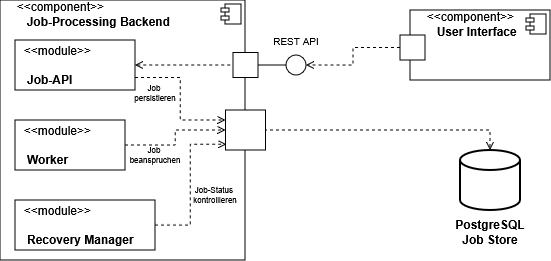
Earlier version of the draw.io export Paper/images/componentDiagram.png (murfei/FaultTolerantJobProcessing). Source tidied: cells renumbered, new cells last; positions are measured from the earlier drawing's top-left corner, leaving out a move shared by most shapes.
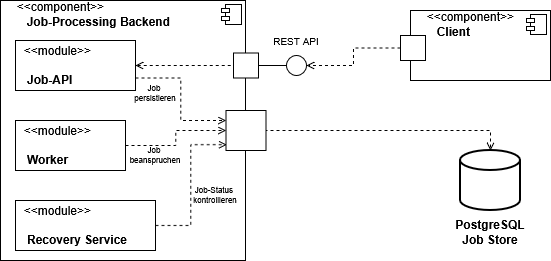
After the commit.

What changed in the source:
```diff
@@ -2,7 +2,7 @@
   <root>
     <mxCell id="0" />
     <mxCell id="1" parent="0" />
-    <mxCell id="2" value="&lt;div&gt;&amp;nbsp; &amp;nbsp; &amp;nbsp;&amp;lt;&amp;lt;component&amp;gt;&amp;gt;&lt;/div&gt;&lt;div&gt;&lt;span style=&quot;white-space: pre;&quot;&gt;&#9;&lt;b&gt;User Interface&lt;/b&gt;&lt;/span&gt;&lt;/div&gt;" style="align=left;overflow=fill;html=1;whiteSpace=wrap;" parent="1" vertex="1">
+    <mxCell id="2" value="&lt;div&gt;&amp;nbsp; &amp;nbsp; &amp;nbsp;&amp;lt;&amp;lt;component&amp;gt;&amp;gt;&lt;/div&gt;&lt;div&gt;&lt;span style=&quot;white-space: pre;&quot;&gt;&#9;&lt;b&gt;Client&lt;/b&gt;&lt;/span&gt;&lt;/div&gt;" style="align=left;overflow=fill;html=1;whiteSpace=wrap;" parent="1" vertex="1">
       <mxGeometry x="410" y="10" width="140" height="70" as="geometry" />
     </mxCell>
     <mxCell id="3" style="shape=component;jettyWidth=8;jettyHeight=4;" parent="2" vertex="1">
@@ -65,7 +65,7 @@
     <mxCell id="20" style="edgeStyle=orthogonalEdgeStyle;rounded=0;jettySize=auto;html=1;exitX=1;exitY=0.5;exitDx=0;exitDy=0;entryX=0.02;entryY=0.854;entryDx=0;entryDy=0;endArrow=open;endFill=0;dashed=1;entryPerimeter=0;" parent="12" edge="1" source="21" target="23">
       <mxGeometry relative="1" as="geometry" />
     </mxCell>
-    <mxCell id="21" value="&lt;div align=&quot;left&quot;&gt;&amp;nbsp; &amp;lt;&amp;lt;module&amp;gt;&amp;gt;&lt;/div&gt;&lt;div align=&quot;left&quot;&gt;&lt;br&gt;&lt;/div&gt;&lt;div align=&quot;left&quot;&gt;&lt;b&gt;&amp;nbsp; &amp;nbsp;Recovery Manager&lt;/b&gt;&lt;/div&gt;" style="html=1;whiteSpace=wrap;align=left;" parent="12" vertex="1">
+    <mxCell id="21" value="&lt;div align=&quot;left&quot;&gt;&amp;nbsp; &amp;lt;&amp;lt;module&amp;gt;&amp;gt;&lt;/div&gt;&lt;div align=&quot;left&quot;&gt;&lt;br&gt;&lt;/div&gt;&lt;div align=&quot;left&quot;&gt;&lt;b&gt;&amp;nbsp; &amp;nbsp;Recovery Service&lt;/b&gt;&lt;/div&gt;" style="html=1;whiteSpace=wrap;align=left;" parent="12" vertex="1">
       <mxGeometry x="15" y="200" width="140" height="50" as="geometry" />
     </mxCell>
     <mxCell id="22" style="fontStyle=0;labelPosition=right;verticalLabelPosition=middle;align=left;verticalAlign=middle;spacingLeft=2;" parent="12" vertex="1">
```
